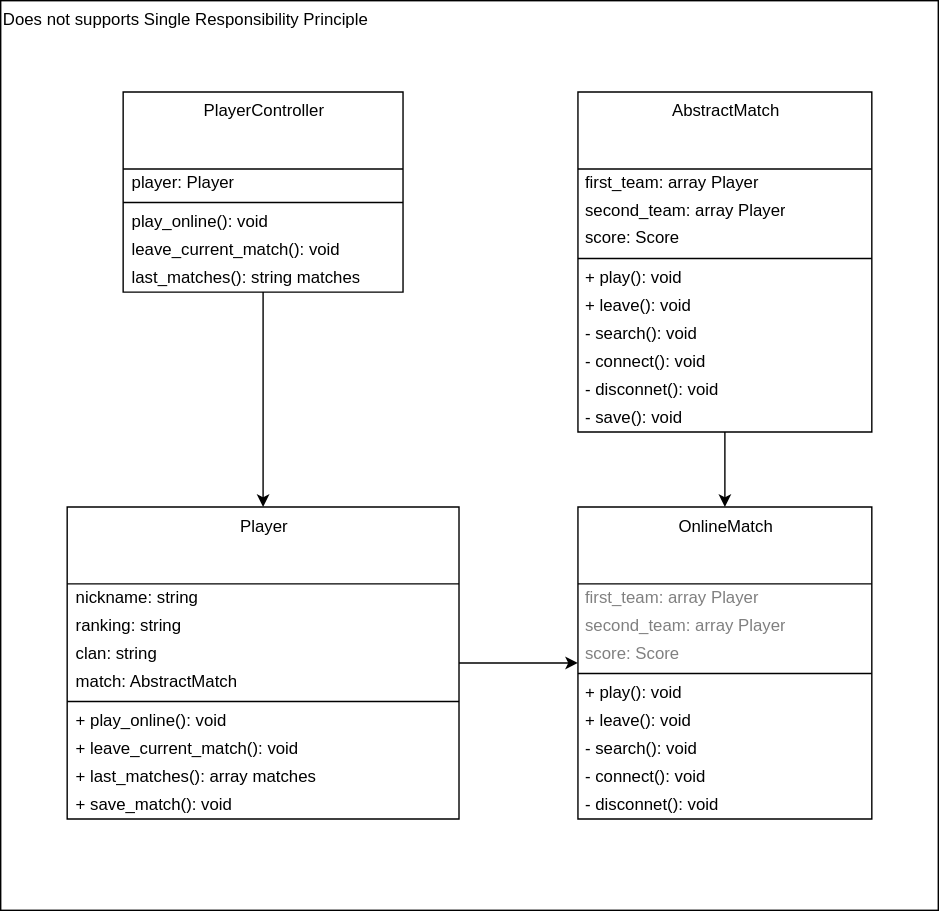
This is images/clean-code-clean-classes/SRP-BROKEN.svg from GabrielSlima/blog, a draw.io export, as it was before one commit. Source tidied: cells renumbered, new cells last; positions are measured from the earlier drawing's top-left corner, leaving out a move shared by most shapes.
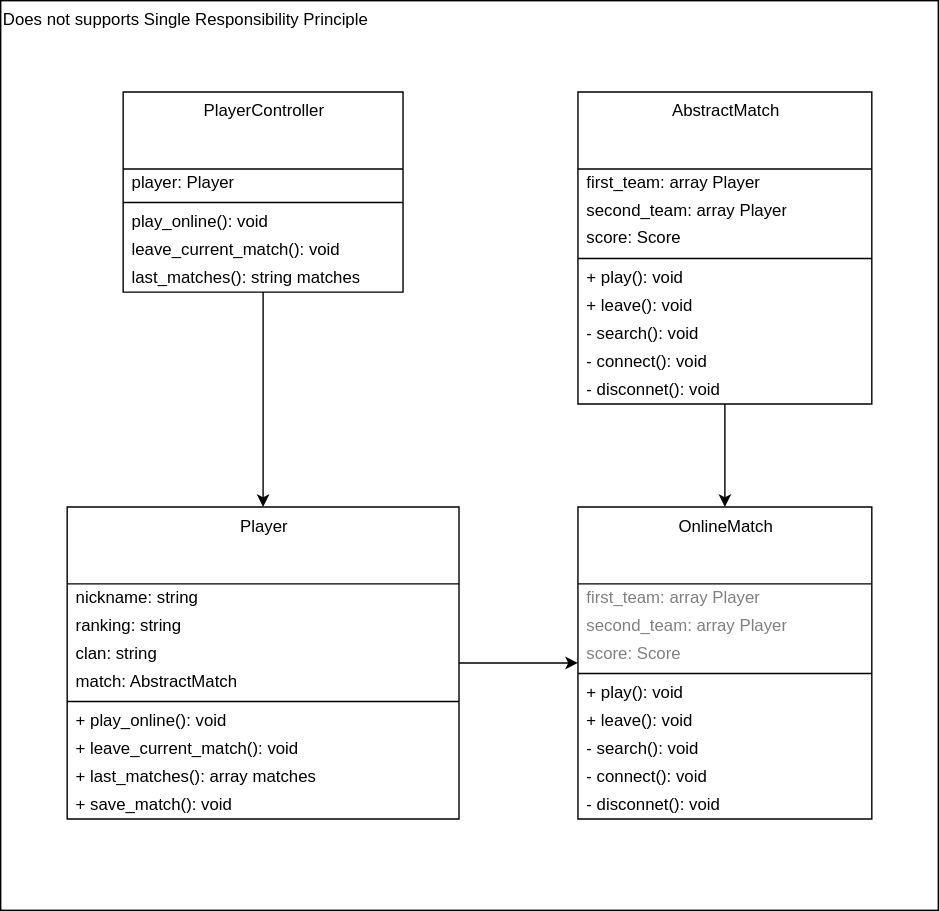
Above is the later version.

Diff of the diagram source:
```diff
@@ -93,7 +93,7 @@
       <mxGeometry relative="1" as="geometry" />
     </mxCell>
     <mxCell id="32" value="AbstractMatch" style="swimlane;fontStyle=0;align=center;verticalAlign=top;horizontal=1;startSize=55;html=1;fillColor=none;" parent="1" vertex="1">
-      <mxGeometry x="412.5" y="65.2" width="210" height="243" as="geometry" />
+      <mxGeometry x="412.5" y="65.2" width="210" height="223" as="geometry" />
     </mxCell>
     <mxCell id="33" value="first_team: array Player" style="text;html=1;strokeColor=none;fillColor=none;align=left;verticalAlign=middle;spacingLeft=4;spacingRight=4;overflow=hidden;" parent="32" vertex="1">
       <mxGeometry y="55" width="210" height="20" as="geometry" />
@@ -122,8 +122,5 @@
     <mxCell id="41" value="- disconnet(): void" style="text;html=1;strokeColor=none;fillColor=none;align=left;verticalAlign=middle;spacingLeft=4;spacingRight=4;overflow=hidden;" parent="32" vertex="1">
       <mxGeometry y="203" width="210" height="20" as="geometry" />
     </mxCell>
-    <mxCell id="42" value="- save(): void" style="text;html=1;strokeColor=none;fillColor=none;align=left;verticalAlign=middle;spacingLeft=4;spacingRight=4;overflow=hidden;" parent="32" vertex="1">
-      <mxGeometry y="223" width="210" height="20" as="geometry" />
-    </mxCell>
   </root>
 </mxGraphModel>
```
